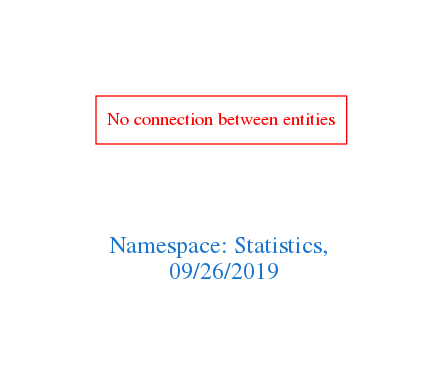
Earlier version of the Graphviz export downloads/Statistics.png (arago/OGIT). Its source is kept beside it as downloads/Statistics.dot.
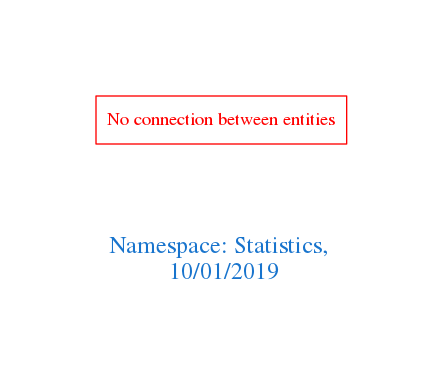
The same file after the commit.

Diff of the diagram source:
```diff
@@ -1,7 +1,7 @@
 digraph OGIT_ontology {
  graph [ rankdir= LR,pad=1
 fontsize = 18,
-fontcolor= dodgerblue3,label = "\n\n\nNamespace: Statistics, \n 09/26/2019"];
+fontcolor= dodgerblue3,label = "\n\n\nNamespace: Statistics, \n 10/01/2019"];
 node[shape=polygon];
 edge [  color="gray81"];
 
```
